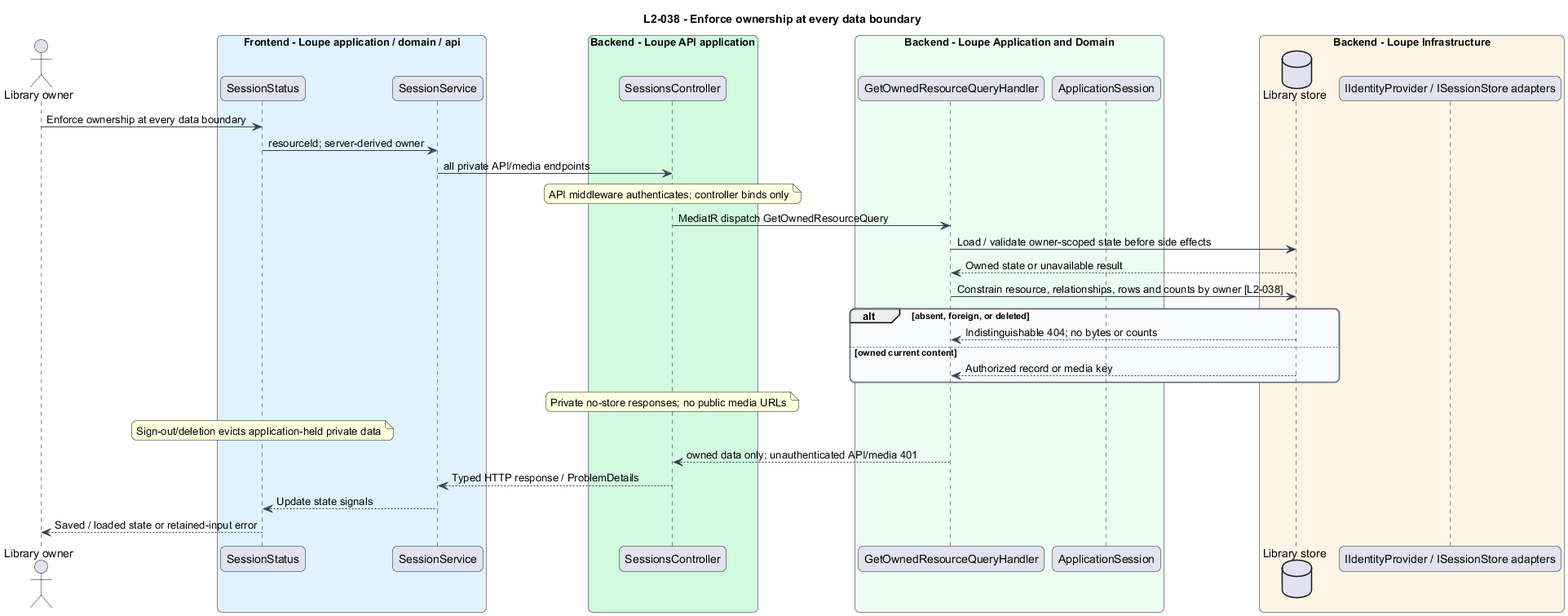
The PlantUML diagram docs/detailed-designs/security/access-private-library/diagrams/sequence-038.png in QuinntyneBrown/loupe, before a commit. Its diagram source:
```plantuml
@startuml
title L2-038 - Enforce ownership at every data boundary
skinparam backgroundColor #FFFFFF
skinparam shadowing false
skinparam roundcorner 12
skinparam defaultFontName Arial
skinparam ArrowColor #344054
skinparam rectangle {
  BorderColor #344054
  FontColor #101828
}
skinparam package {
  BorderColor #667085
  FontColor #101828
  BackgroundColor #F9FAFB
}

actor "Library owner" as actor
box "Frontend - Loupe application / domain / api" #E0F2FE
participant "SessionStatus" as page
participant "SessionService" as client
end box
box "Backend - Loupe API application" #D1FADF
participant "SessionsController" as controller
end box
box "Backend - Loupe Application and Domain" #ECFDF3
participant "GetOwnedResourceQueryHandler" as handler
participant "ApplicationSession" as entity
end box
box "Backend - Loupe Infrastructure" #FFF4E5
database "Library store" as db
participant "IIdentityProvider / ISessionStore adapters" as ext
end box
actor -> page : Enforce ownership at every data boundary
page -> client : resourceId; server-derived owner
client -> controller : all private API/media endpoints
note over controller : API middleware authenticates; controller binds only
controller -> handler : MediatR dispatch GetOwnedResourceQuery
handler -> db : Load / validate owner-scoped state before side effects
db --> handler : Owned state or unavailable result
handler -> db : Constrain resource, relationships, rows and counts by owner [L2-038]
alt absent, foreign, or deleted
db --> handler : Indistinguishable 404; no bytes or counts
else owned current content
db --> handler : Authorized record or media key
end
note over controller : Private no-store responses; no public media URLs
note over page : Sign-out/deletion evicts application-held private data
handler --> controller : owned data only; unauthenticated API/media 401
controller --> client : Typed HTTP response / ProblemDetails
client --> page : Update state signals
page --> actor : Saved / loaded state or retained-input error
@enduml
```
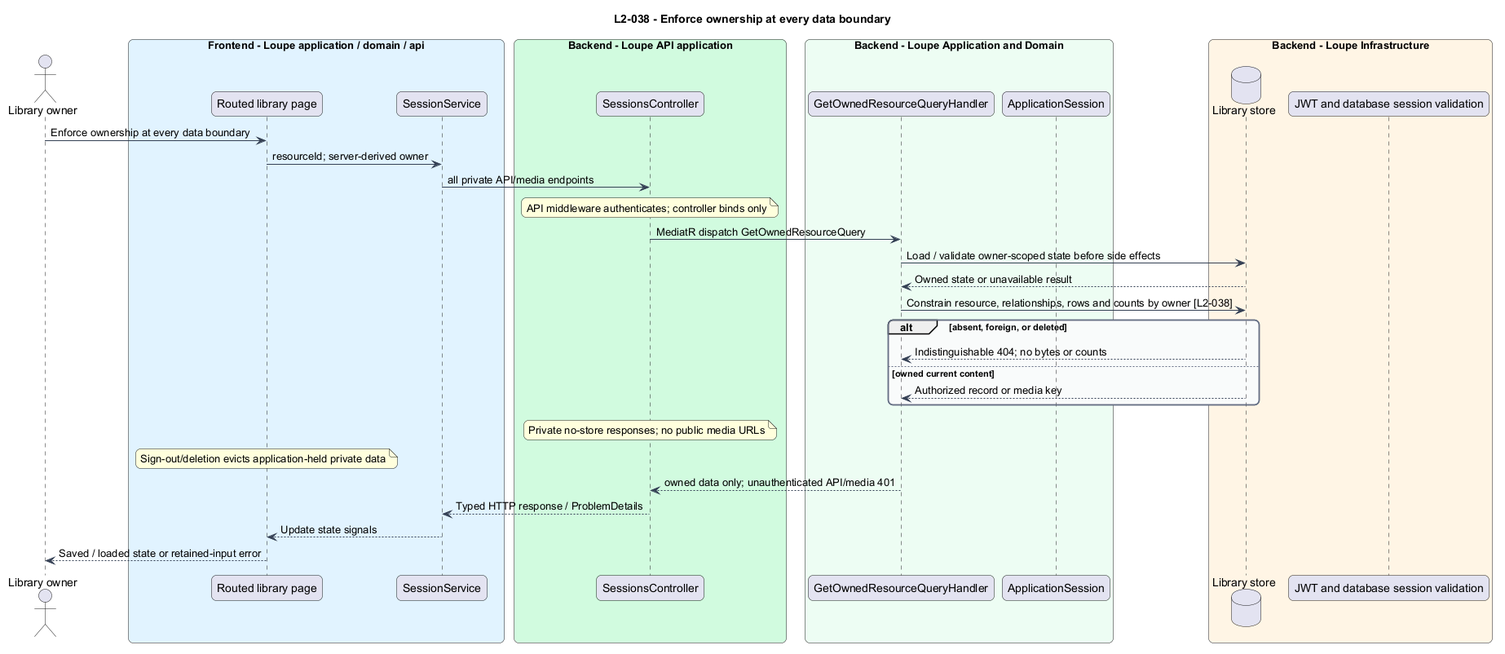
Later version of the same file.

The edit, as a diff of the source:
```diff
@@ -17,7 +17,7 @@
 
 actor "Library owner" as actor
 box "Frontend - Loupe application / domain / api" #E0F2FE
-participant "SessionStatus" as page
+participant "Routed library page" as page
 participant "SessionService" as client
 end box
 box "Backend - Loupe API application" #D1FADF
@@ -29,7 +29,7 @@
 end box
 box "Backend - Loupe Infrastructure" #FFF4E5
 database "Library store" as db
-participant "IIdentityProvider / ISessionStore adapters" as ext
+participant "JWT and database session validation" as auth
 end box
 actor -> page : Enforce ownership at every data boundary
 page -> client : resourceId; server-derived owner
```
